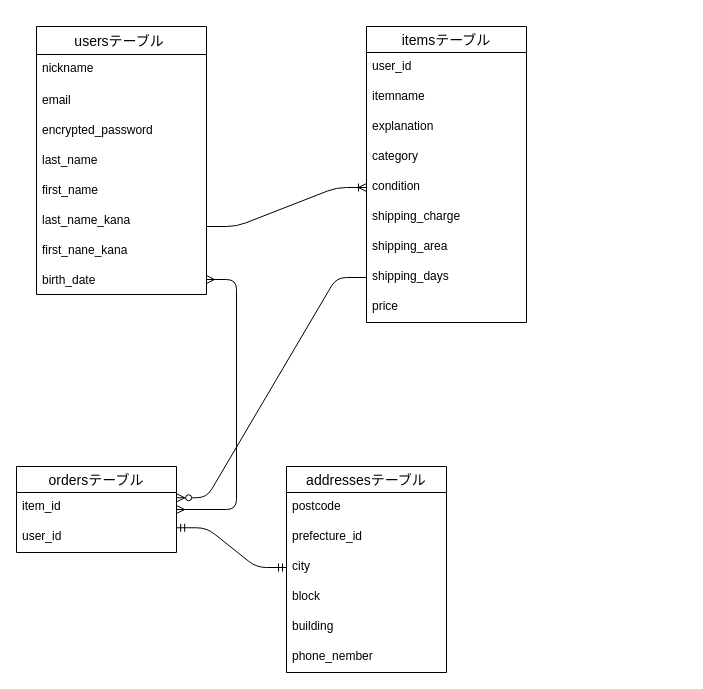
Before: ER.dio in jontaku/furima-37179, a draw.io diagram. Source tidied: cells renumbered, new cells numbered last; positions are measured from the earlier drawing's top-left corner, leaving out a move shared by most shapes. Both pictures are drawn from the tidied source at 100%, with x=0, y=0 at pixel (16, 26).
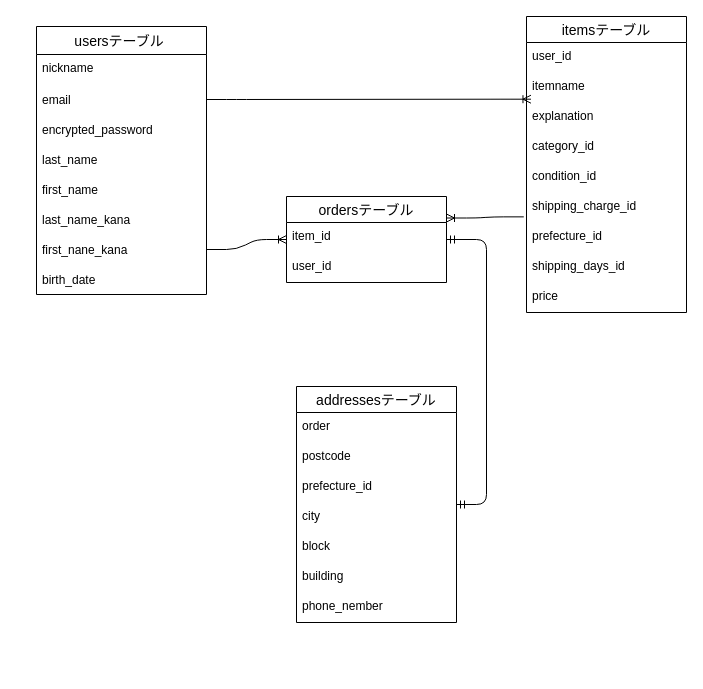
After the change.

The change refers to these unchanged cells:
```xml
<mxCell id="4" value="email" style="text;strokeColor=none;fillColor=none;spacingLeft=4;spacingRight=4;overflow=hidden;points=[[0,0.5],[1,0.5]];portConstraint=eastwest;fontSize=12;verticalAlign=middle;" parent="2" vertex="1">
  <mxGeometry y="58" width="170" height="30" as="geometry" />
</mxCell>
<mxCell id="9" value="first_nane_kana" style="text;strokeColor=none;fillColor=none;spacingLeft=4;spacingRight=4;overflow=hidden;points=[[0,0.5],[1,0.5]];portConstraint=eastwest;fontSize=12;verticalAlign=middle;" parent="2" vertex="1">
  <mxGeometry y="208" width="170" height="30" as="geometry" />
</mxCell>
<mxCell id="10" value="birth_date" style="text;strokeColor=none;fillColor=none;spacingLeft=4;spacingRight=4;overflow=hidden;points=[[0,0.5],[1,0.5]];portConstraint=eastwest;fontSize=12;verticalAlign=middle;" parent="2" vertex="1">
  <mxGeometry y="238" width="170" height="30" as="geometry" />
</mxCell>
<mxCell id="14" value="explanation" style="text;strokeColor=none;fillColor=none;spacingLeft=4;spacingRight=4;overflow=hidden;points=[[0,0.5],[1,0.5]];portConstraint=eastwest;fontSize=12;" parent="11" vertex="1">
  <mxGeometry y="86" width="160" height="30" as="geometry" />
</mxCell>
<mxCell id="22" value="item_id" style="text;strokeColor=none;fillColor=none;spacingLeft=4;spacingRight=4;overflow=hidden;points=[[0,0.5],[1,0.5]];portConstraint=eastwest;fontSize=12;" parent="21" vertex="1">
  <mxGeometry y="26" width="160" height="30" as="geometry" />
</mxCell>
<mxCell id="23" value="user_id" style="text;strokeColor=none;fillColor=none;spacingLeft=4;spacingRight=4;overflow=hidden;points=[[0,0.5],[1,0.5]];portConstraint=eastwest;fontSize=12;" parent="21" vertex="1">
  <mxGeometry y="56" width="160" height="30" as="geometry" />
</mxCell>
```

The edit, as a diff of the source:
```diff
@@
     <mxCell id="11" value="itemsテーブル" style="swimlane;fontStyle=0;horizontal=1;startSize=26;align=center;fontSize=14;" parent="1" vertex="1">
-      <mxGeometry x="350" width="160" height="296" as="geometry" />
+      <mxGeometry x="510" y="-10" width="160" height="296" as="geometry" />
     </mxCell>
@@
-    <mxCell id="15" value="category" style="text;strokeColor=none;fillColor=none;spacingLeft=4;spacingRight=4;overflow=hidden;fontSize=12;" parent="11" vertex="1">
+    <mxCell id="15" value="category_id" style="text;strokeColor=none;fillColor=none;spacingLeft=4;spacingRight=4;overflow=hidden;fontSize=12;" parent="11" vertex="1">
       <mxGeometry y="116" width="160" height="30" as="geometry" />
     </mxCell>
-    <mxCell id="16" value="condition" style="text;strokeColor=none;fillColor=none;spacingLeft=4;spacingRight=4;overflow=hidden;points=[[0,0.5],[1,0.5]];portConstraint=eastwest;fontSize=12;" parent="11" vertex="1">
+    <mxCell id="16" value="condition_id" style="text;strokeColor=none;fillColor=none;spacingLeft=4;spacingRight=4;overflow=hidden;points=[[0,0.5],[1,0.5]];portConstraint=eastwest;fontSize=12;" parent="11" vertex="1">
       <mxGeometry y="146" width="160" height="30" as="geometry" />
     </mxCell>
-    <mxCell id="17" value="shipping_charge" style="text;strokeColor=none;fillColor=none;spacingLeft=4;spacingRight=4;overflow=hidden;points=[[0,0.5],[1,0.5]];portConstraint=eastwest;fontSize=12;" parent="11" vertex="1">
+    <mxCell id="17" value="shipping_charge_id" style="text;strokeColor=none;fillColor=none;spacingLeft=4;spacingRight=4;overflow=hidden;points=[[0,0.5],[1,0.5]];portConstraint=eastwest;fontSize=12;" parent="11" vertex="1">
       <mxGeometry y="176" width="160" height="30" as="geometry" />
     </mxCell>
-    <mxCell id="18" value="shipping_area" style="text;strokeColor=none;fillColor=none;spacingLeft=4;spacingRight=4;overflow=hidden;fontSize=12;" parent="11" vertex="1">
+    <mxCell id="18" value="prefecture_id" style="text;strokeColor=none;fillColor=none;spacingLeft=4;spacingRight=4;overflow=hidden;fontSize=12;" parent="11" vertex="1">
       <mxGeometry y="206" width="160" height="30" as="geometry" />
     </mxCell>
-    <mxCell id="19" value="shipping_days" style="text;strokeColor=none;fillColor=none;spacingLeft=4;spacingRight=4;overflow=hidden;points=[[0,0.5],[1,0.5]];portConstraint=eastwest;fontSize=12;" parent="11" vertex="1">
+    <mxCell id="19" value="shipping_days_id" style="text;strokeColor=none;fillColor=none;spacingLeft=4;spacingRight=4;overflow=hidden;points=[[0,0.5],[1,0.5]];portConstraint=eastwest;fontSize=12;" parent="11" vertex="1">
       <mxGeometry y="236" width="160" height="30" as="geometry" />
     </mxCell>
@@
     <mxCell id="21" value="ordersテーブル" style="swimlane;fontStyle=0;horizontal=1;startSize=26;align=center;fontSize=14;" parent="1" vertex="1">
-      <mxGeometry y="440" width="160" height="86" as="geometry" />
+      <mxGeometry x="270" y="170" width="160" height="86" as="geometry" />
     </mxCell>
@@
     <mxCell id="24" value="addressesテーブル" style="swimlane;fontStyle=0;horizontal=1;startSize=26;align=center;fontSize=14;" parent="1" vertex="1">
-      <mxGeometry x="270" y="440" width="160" height="206" as="geometry" />
+      <mxGeometry x="280" y="360" width="160" height="236" as="geometry" />
     </mxCell>
+    <mxCell id="35" value="order" style="text;strokeColor=none;fillColor=none;spacingLeft=4;spacingRight=4;overflow=hidden;fontSize=12;" parent="24" vertex="1">
+      <mxGeometry y="26" width="160" height="30" as="geometry" />
+    </mxCell>
     <mxCell id="25" value="postcode" style="text;strokeColor=none;fillColor=none;spacingLeft=4;spacingRight=4;overflow=hidden;fontSize=12;" parent="24" vertex="1">
-      <mxGeometry y="26" width="160" height="30" as="geometry" />
+      <mxGeometry y="56" width="160" height="30" as="geometry" />
     </mxCell>
     <mxCell id="26" value="prefecture_id" style="text;strokeColor=none;fillColor=none;spacingLeft=4;spacingRight=4;overflow=hidden;fontSize=12;" parent="24" vertex="1">
-      <mxGeometry y="56" width="160" height="30" as="geometry" />
+      <mxGeometry y="86" width="160" height="30" as="geometry" />
     </mxCell>
     <mxCell id="27" value="city" style="text;strokeColor=none;fillColor=none;spacingLeft=4;spacingRight=4;overflow=hidden;points=[[0,0.5],[1,0.5]];portConstraint=eastwest;fontSize=12;" parent="24" vertex="1">
-      <mxGeometry y="86" width="160" height="30" as="geometry" />
+      <mxGeometry y="116" width="160" height="30" as="geometry" />
     </mxCell>
     <mxCell id="28" value="block" style="text;strokeColor=none;fillColor=none;spacingLeft=4;spacingRight=4;overflow=hidden;fontSize=12;" parent="24" vertex="1">
-      <mxGeometry y="116" width="160" height="30" as="geometry" />
+      <mxGeometry y="146" width="160" height="30" as="geometry" />
     </mxCell>
     <mxCell id="29" value="building" style="text;strokeColor=none;fillColor=none;spacingLeft=4;spacingRight=4;overflow=hidden;fontSize=12;" parent="24" vertex="1">
-      <mxGeometry y="146" width="160" height="30" as="geometry" />
+      <mxGeometry y="176" width="160" height="30" as="geometry" />
     </mxCell>
     <mxCell id="30" value="phone_nember" style="text;strokeColor=none;fillColor=none;spacingLeft=4;spacingRight=4;overflow=hidden;fontSize=12;" parent="24" vertex="1">
-      <mxGeometry y="176" width="160" height="30" as="geometry" />
+      <mxGeometry y="206" width="160" height="30" as="geometry" />
     </mxCell>
-    <mxCell id="31" style="edgeStyle=entityRelationEdgeStyle;fontSize=12;html=1;endArrow=ERoneToMany;entryX=0;entryY=0.5;entryDx=0;entryDy=0;" parent="1" edge="1" target="16">
-      <mxGeometry relative="1" as="geometry">
-        <mxPoint x="190" y="200" as="sourcePoint" />
-      </mxGeometry>
+    <mxCell id="31" style="edgeStyle=entityRelationEdgeStyle;fontSize=12;html=1;endArrow=ERoneToMany;entryX=0.028;entryY=-0.11;entryDx=0;entryDy=0;entryPerimeter=0;" parent="1" edge="1" source="4" target="14">
+      <mxGeometry relative="1" as="geometry" />
     </mxCell>
-    <mxCell id="32" style="edgeStyle=entityRelationEdgeStyle;fontSize=12;html=1;endArrow=ERzeroToMany;endFill=1;exitX=0;exitY=0.5;exitDx=0;exitDy=0;entryX=1.001;entryY=0.176;entryDx=0;entryDy=0;entryPerimeter=0;" parent="1" edge="1" source="19" target="22">
-      <mxGeometry relative="1" as="geometry" />
-    </mxCell>
-    <mxCell id="33" style="edgeStyle=entityRelationEdgeStyle;fontSize=12;html=1;endArrow=ERmandOne;startArrow=ERmandOne;exitX=1.001;exitY=0.176;exitDx=0;exitDy=0;exitPerimeter=0;entryX=0;entryY=0.5;entryDx=0;entryDy=0;" parent="1" edge="1" source="23" target="27">
+    <mxCell id="33" style="edgeStyle=entityRelationEdgeStyle;fontSize=12;html=1;endArrow=ERmandOne;startArrow=ERmandOne;" parent="1" edge="1" source="21" target="24">
       <mxGeometry relative="1" as="geometry" />
     </mxCell>
-    <mxCell id="34" style="edgeStyle=entityRelationEdgeStyle;fontSize=12;html=1;endArrow=ERmany;startArrow=ERmany;" parent="1" edge="1" source="21" target="10">
-      <mxGeometry relative="1" as="geometry" />
-    </mxCell>
+    <mxCell id="36" style="edgeStyle=entityRelationEdgeStyle;fontSize=12;html=1;endArrow=ERoneToMany;exitX=1;exitY=0.5;exitDx=0;exitDy=0;" parent="1" edge="1" source="9" target="21">
+      <mxGeometry relative="1" as="geometry" />
+    </mxCell>
+    <mxCell id="37" style="edgeStyle=entityRelationEdgeStyle;fontSize=12;html=1;endArrow=ERoneToMany;entryX=1;entryY=0.25;entryDx=0;entryDy=0;exitX=-0.017;exitY=0.812;exitDx=0;exitDy=0;exitPerimeter=0;" parent="1" edge="1" source="17" target="21">
+      <mxGeometry relative="1" as="geometry" />
+    </mxCell>
```
